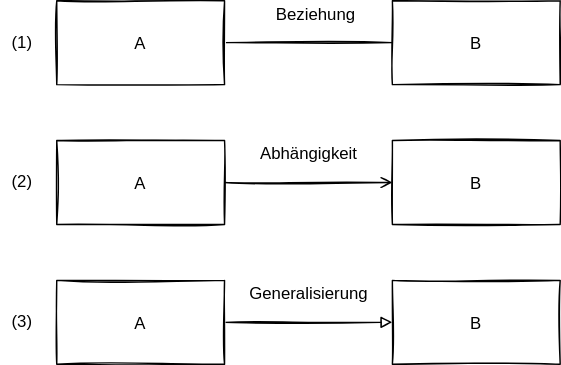
The draw.io diagram images/Beziehungen.svg in HerrLoesch/UMLite, before a commit. Source tidied: cells renumbered, new cells last; positions are measured from the earlier drawing's top-left corner, leaving out a move shared by most shapes. Source of this version:
```xml
<mxGraphModel>
  <root>
    <mxCell id="0" />
    <mxCell id="1" parent="0" />
    <mxCell id="2" style="edgeStyle=orthogonalEdgeStyle;rounded=0;jettySize=auto;html=1;endArrow=none;endFill=0;sketch=1;" parent="1" edge="1" source="3" target="4">
      <mxGeometry relative="1" as="geometry" />
    </mxCell>
    <mxCell id="3" value="A" style="fontStyle=0;sketch=1;" parent="1" vertex="1">
      <mxGeometry x="40" width="120" height="60" as="geometry" />
    </mxCell>
    <mxCell id="4" value="B" style="fontStyle=0;sketch=1;" parent="1" vertex="1">
      <mxGeometry x="280" width="120" height="60" as="geometry" />
    </mxCell>
    <mxCell id="5" style="edgeStyle=orthogonalEdgeStyle;rounded=0;jettySize=auto;html=1;endArrow=open;endFill=0;sketch=1;" parent="1" edge="1" source="6" target="7">
      <mxGeometry relative="1" as="geometry" />
    </mxCell>
    <mxCell id="6" value="A" style="fontStyle=0;sketch=1;" parent="1" vertex="1">
      <mxGeometry x="40" y="100" width="120" height="60" as="geometry" />
    </mxCell>
    <mxCell id="7" value="B" style="fontStyle=0;sketch=1;" parent="1" vertex="1">
      <mxGeometry x="280" y="100" width="120" height="60" as="geometry" />
    </mxCell>
    <mxCell id="8" style="edgeStyle=orthogonalEdgeStyle;rounded=0;jettySize=auto;html=1;endArrow=block;endFill=0;sketch=1;" parent="1" edge="1" source="9" target="10">
      <mxGeometry relative="1" as="geometry" />
    </mxCell>
    <mxCell id="9" value="A" style="fontStyle=0;sketch=1;" parent="1" vertex="1">
      <mxGeometry x="40" y="200" width="120" height="60" as="geometry" />
    </mxCell>
    <mxCell id="10" value="B" style="fontStyle=0;sketch=1;" parent="1" vertex="1">
      <mxGeometry x="280" y="200" width="120" height="60" as="geometry" />
    </mxCell>
    <mxCell id="11" value="Beziehung" style="text;html=1;align=center;verticalAlign=middle;strokeColor=none;fillColor=none;sketch=1;" parent="1" vertex="1">
      <mxGeometry x="190" width="70" height="20" as="geometry" />
    </mxCell>
    <mxCell id="12" value="Abhängigkeit" style="text;html=1;align=center;verticalAlign=middle;strokeColor=none;fillColor=none;sketch=1;" parent="1" vertex="1">
      <mxGeometry x="180" y="100" width="80" height="20" as="geometry" />
    </mxCell>
    <mxCell id="13" value="Generalisierung" style="text;html=1;align=center;verticalAlign=middle;strokeColor=none;fillColor=none;sketch=1;" parent="1" vertex="1">
      <mxGeometry x="170" y="200" width="100" height="20" as="geometry" />
    </mxCell>
    <mxCell id="14" value="(1)" style="text;html=1;align=center;verticalAlign=middle;strokeColor=none;fillColor=none;" parent="1" vertex="1">
      <mxGeometry y="20" width="30" height="20" as="geometry" />
    </mxCell>
    <mxCell id="15" value="(2)" style="text;html=1;align=center;verticalAlign=middle;strokeColor=none;fillColor=none;" parent="1" vertex="1">
      <mxGeometry y="120" width="30" height="20" as="geometry" />
    </mxCell>
    <mxCell id="16" value="(3)" style="text;html=1;align=center;verticalAlign=middle;strokeColor=none;fillColor=none;" parent="1" vertex="1">
      <mxGeometry y="220" width="30" height="20" as="geometry" />
    </mxCell>
  </root>
</mxGraphModel>
```
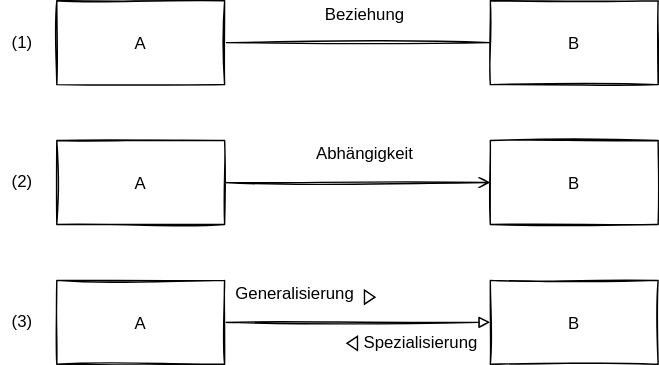
After the change.

What changed in the source:
```diff
@@ -9,7 +9,7 @@
       <mxGeometry x="40" width="120" height="60" as="geometry" />
     </mxCell>
     <mxCell id="4" value="B" style="fontStyle=0;sketch=1;" parent="1" vertex="1">
-      <mxGeometry x="280" width="120" height="60" as="geometry" />
+      <mxGeometry x="350" width="120" height="60" as="geometry" />
     </mxCell>
     <mxCell id="5" style="edgeStyle=orthogonalEdgeStyle;rounded=0;jettySize=auto;html=1;endArrow=open;endFill=0;sketch=1;" parent="1" edge="1" source="6" target="7">
       <mxGeometry relative="1" as="geometry" />
@@ -18,7 +18,7 @@
       <mxGeometry x="40" y="100" width="120" height="60" as="geometry" />
     </mxCell>
     <mxCell id="7" value="B" style="fontStyle=0;sketch=1;" parent="1" vertex="1">
-      <mxGeometry x="280" y="100" width="120" height="60" as="geometry" />
+      <mxGeometry x="350" y="100" width="120" height="60" as="geometry" />
     </mxCell>
     <mxCell id="8" style="edgeStyle=orthogonalEdgeStyle;rounded=0;jettySize=auto;html=1;endArrow=block;endFill=0;sketch=1;" parent="1" edge="1" source="9" target="10">
       <mxGeometry relative="1" as="geometry" />
@@ -27,16 +27,16 @@
       <mxGeometry x="40" y="200" width="120" height="60" as="geometry" />
     </mxCell>
     <mxCell id="10" value="B" style="fontStyle=0;sketch=1;" parent="1" vertex="1">
-      <mxGeometry x="280" y="200" width="120" height="60" as="geometry" />
+      <mxGeometry x="350" y="200" width="120" height="60" as="geometry" />
     </mxCell>
     <mxCell id="11" value="Beziehung" style="text;html=1;align=center;verticalAlign=middle;strokeColor=none;fillColor=none;sketch=1;" parent="1" vertex="1">
-      <mxGeometry x="190" width="70" height="20" as="geometry" />
+      <mxGeometry x="225" width="70" height="20" as="geometry" />
     </mxCell>
     <mxCell id="12" value="Abhängigkeit" style="text;html=1;align=center;verticalAlign=middle;strokeColor=none;fillColor=none;sketch=1;" parent="1" vertex="1">
-      <mxGeometry x="180" y="100" width="80" height="20" as="geometry" />
+      <mxGeometry x="220" y="100" width="80" height="20" as="geometry" />
     </mxCell>
     <mxCell id="13" value="Generalisierung" style="text;html=1;align=center;verticalAlign=middle;strokeColor=none;fillColor=none;sketch=1;" parent="1" vertex="1">
-      <mxGeometry x="170" y="200" width="100" height="20" as="geometry" />
+      <mxGeometry x="160" y="200" width="100" height="20" as="geometry" />
     </mxCell>
     <mxCell id="14" value="(1)" style="text;html=1;align=center;verticalAlign=middle;strokeColor=none;fillColor=none;" parent="1" vertex="1">
       <mxGeometry y="20" width="30" height="20" as="geometry" />
@@ -47,5 +47,14 @@
     <mxCell id="16" value="(3)" style="text;html=1;align=center;verticalAlign=middle;strokeColor=none;fillColor=none;" parent="1" vertex="1">
       <mxGeometry y="220" width="30" height="20" as="geometry" />
     </mxCell>
+    <mxCell id="17" style="triangle;whiteSpace=wrap;html=1;labelBackgroundColor=none;fillColor=none;" parent="1" vertex="1">
+      <mxGeometry x="260" y="207" width="7.5" height="10" as="geometry" />
+    </mxCell>
+    <mxCell id="18" value="Spezialisierung" style="text;html=1;align=center;verticalAlign=middle;strokeColor=none;fillColor=none;sketch=1;" parent="1" vertex="1">
+      <mxGeometry x="250" y="235" width="100" height="20" as="geometry" />
+    </mxCell>
+    <mxCell id="19" style="triangle;whiteSpace=wrap;html=1;labelBackgroundColor=none;fillColor=none;rotation=-180;" parent="1" vertex="1">
+      <mxGeometry x="247.5" y="240" width="7.5" height="10" as="geometry" />
+    </mxCell>
   </root>
 </mxGraphModel>
```
